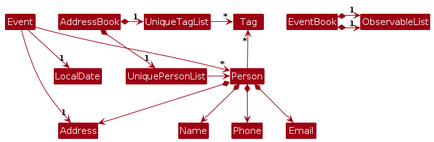
This is diagrams/BetterModelClassDiagram.png from AY2425S1-CS2103T-T10-4/tp, a PlantUML export, as it was before one commit. Its source is kept beside it as diagrams/BetterModelClassDiagram.puml.
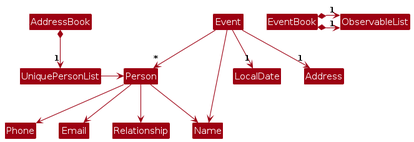
Above is the later version.

Change to the diagram source:
```diff
@@ -4,26 +4,20 @@
 skinparam arrowColor MODEL_COLOR
 skinparam classBackgroundColor MODEL_COLOR
 
-AddressBook *-right-> "1" UniquePersonList
-AddressBook *-right-> "1" UniqueTagList
-UniqueTagList -[hidden]down- UniquePersonList
-UniqueTagList -[hidden]down- UniquePersonList
+AddressBook *-down-> "1" UniquePersonList
 
-UniqueTagList -right-> "*" Tag
 UniquePersonList -right-> Person
 
-Person -up-> "*" Tag
-
-Person *--> Name
-Person *--> Phone
-Person *--> Email
-Person *--> Address
+Person --> Phone
+Person --> Email
+Person --> Relationship
+Person --> Name
 
 EventBook *-right-> "1" ObservableList
 EventBook *-right-> "1" ObservableList
 
 
-
+Event --> Name
 Event  --> "1" LocalDate
 Event  --> "*" Person
 Event  --> "1" Address
```
